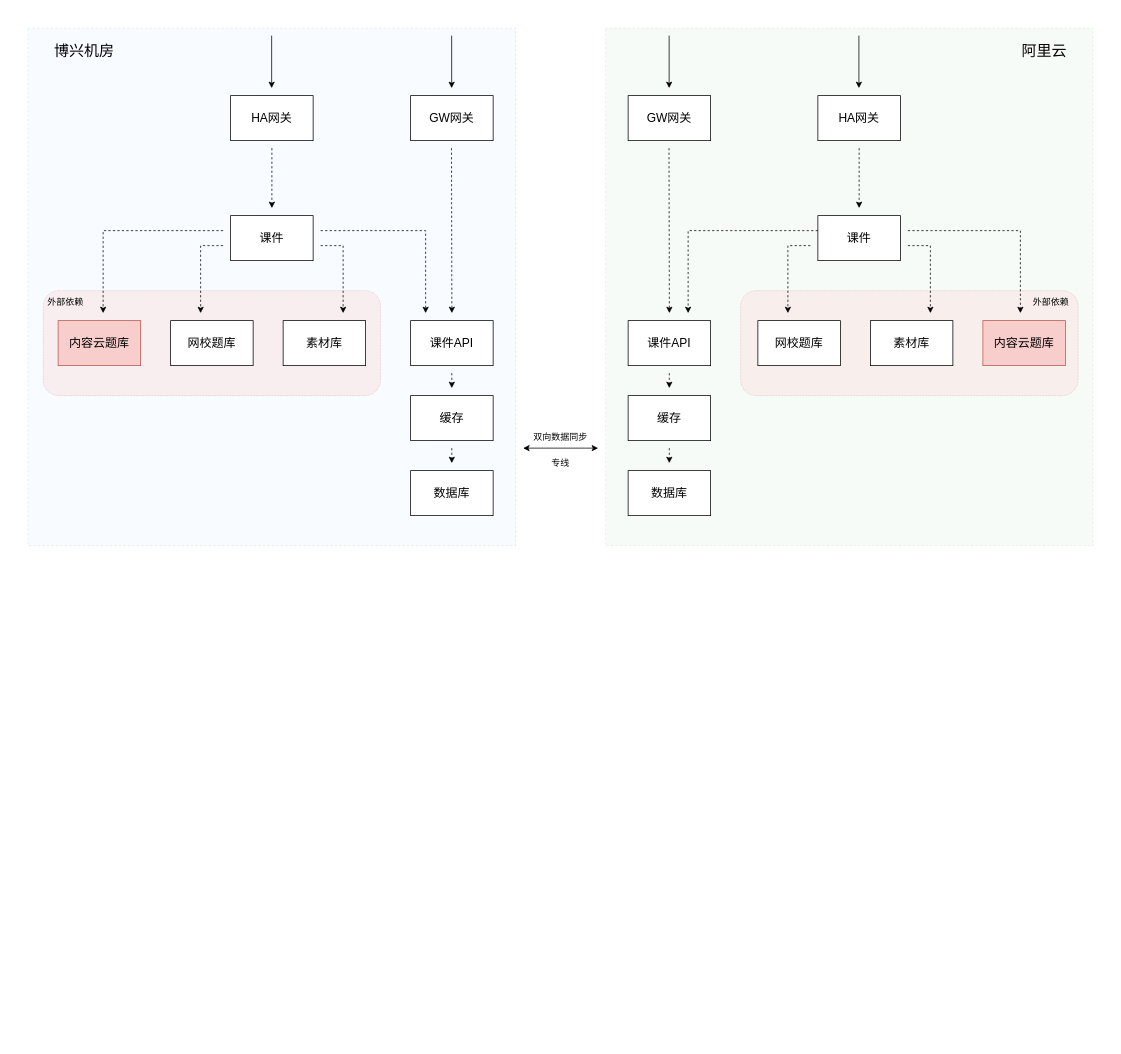
Before: doublealive.drawio in huanjiesm/courseware-draw, a draw.io diagram. Source tidied: cells renumbered, new cells numbered last; positions are measured from the earlier drawing's top-left corner, leaving out a move shared by most shapes. Both pictures are drawn from the tidied source at 75%, with x=0, y=0 at pixel (28, 28).
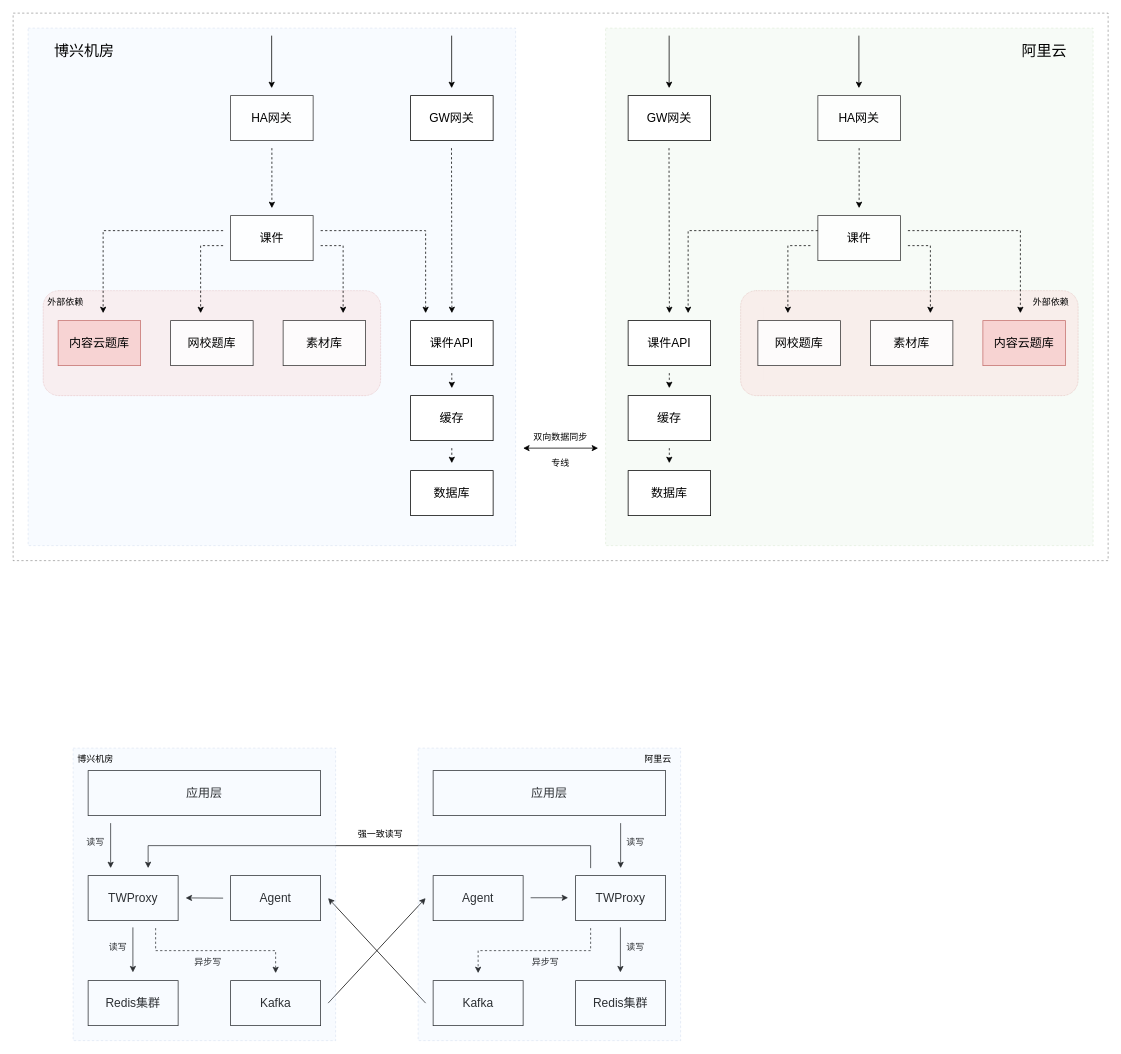
Above is the later version.

Change to the diagram source:
```diff
@@
+    <mxCell id="51" style="rounded=0;whiteSpace=wrap;html=1;textOpacity=30;opacity=40;dashed=1;" parent="1" vertex="1">
+      <mxGeometry x="-20" y="-20" width="1460" height="730" as="geometry" />
+    </mxCell>
@@
-    <mxCell id="5" value="课件" style="rounded=0;whiteSpace=wrap;html=1;fontSize=16;" parent="1" vertex="1">
+    <mxCell id="5" value="课件" style="rounded=0;whiteSpace=wrap;html=1;fontSize=16;opacity=80;" parent="1" vertex="1">
       <mxGeometry x="270" y="250" width="110" height="60" as="geometry" />
     </mxCell>
@@
-    <mxCell id="9" value="素材库" style="rounded=0;whiteSpace=wrap;html=1;fontSize=16;" parent="1" vertex="1">
+    <mxCell id="9" value="素材库" style="rounded=0;whiteSpace=wrap;html=1;fontSize=16;opacity=80;" parent="1" vertex="1">
       <mxGeometry x="340" y="390" width="110" height="60" as="geometry" />
     </mxCell>
-    <mxCell id="10" value="网校题库" style="rounded=0;whiteSpace=wrap;html=1;fontSize=16;" parent="1" vertex="1">
+    <mxCell id="10" value="网校题库" style="rounded=0;whiteSpace=wrap;html=1;fontSize=16;opacity=80;" parent="1" vertex="1">
       <mxGeometry x="190" y="390" width="110" height="60" as="geometry" />
     </mxCell>
-    <mxCell id="11" value="内容云题库" style="rounded=0;whiteSpace=wrap;html=1;fontSize=16;fillColor=#f8cecc;strokeColor=#b85450;" parent="1" vertex="1">
+    <mxCell id="11" value="内容云题库" style="rounded=0;whiteSpace=wrap;html=1;fontSize=16;fillColor=#f8cecc;strokeColor=#b85450;opacity=80;" parent="1" vertex="1">
       <mxGeometry x="40" y="390" width="110" height="60" as="geometry" />
     </mxCell>
-    <mxCell id="12" value="HA网关" style="rounded=0;whiteSpace=wrap;html=1;fontSize=16;" parent="1" vertex="1">
+    <mxCell id="12" value="HA网关" style="rounded=0;whiteSpace=wrap;html=1;fontSize=16;opacity=80;" parent="1" vertex="1">
       <mxGeometry x="270" y="90" width="110" height="60" as="geometry" />
     </mxCell>
@@
-    <mxCell id="35" value="课件" style="rounded=0;whiteSpace=wrap;html=1;fontSize=16;" parent="1" vertex="1">
+    <mxCell id="35" value="课件" style="rounded=0;whiteSpace=wrap;html=1;fontSize=16;opacity=80;" parent="1" vertex="1">
       <mxGeometry x="1053" y="250" width="110" height="60" as="geometry" />
     </mxCell>
-    <mxCell id="36" value="素材库" style="rounded=0;whiteSpace=wrap;html=1;fontSize=16;" parent="1" vertex="1">
+    <mxCell id="36" value="素材库" style="rounded=0;whiteSpace=wrap;html=1;fontSize=16;opacity=80;" parent="1" vertex="1">
       <mxGeometry x="1123" y="390" width="110" height="60" as="geometry" />
     </mxCell>
-    <mxCell id="37" value="网校题库" style="rounded=0;whiteSpace=wrap;html=1;fontSize=16;" parent="1" vertex="1">
+    <mxCell id="37" value="网校题库" style="rounded=0;whiteSpace=wrap;html=1;fontSize=16;opacity=80;" parent="1" vertex="1">
       <mxGeometry x="973" y="390" width="110" height="60" as="geometry" />
     </mxCell>
-    <mxCell id="38" value="内容云题库" style="rounded=0;whiteSpace=wrap;html=1;fontSize=16;fillColor=#f8cecc;strokeColor=#b85450;" parent="1" vertex="1">
+    <mxCell id="38" value="内容云题库" style="rounded=0;whiteSpace=wrap;html=1;fontSize=16;fillColor=#f8cecc;strokeColor=#b85450;opacity=80;" parent="1" vertex="1">
       <mxGeometry x="1273" y="390" width="110" height="60" as="geometry" />
     </mxCell>
-    <mxCell id="39" value="HA网关" style="rounded=0;whiteSpace=wrap;html=1;fontSize=16;" parent="1" vertex="1">
+    <mxCell id="39" value="HA网关" style="rounded=0;whiteSpace=wrap;html=1;fontSize=16;opacity=80;" parent="1" vertex="1">
       <mxGeometry x="1053" y="90" width="110" height="60" as="geometry" />
     </mxCell>
@@
+    <mxCell id="52" value="TWProxy" style="rounded=0;whiteSpace=wrap;html=1;fontSize=16;" parent="1" vertex="1">
+      <mxGeometry x="80" y="1130" width="120" height="60" as="geometry" />
+    </mxCell>
+    <mxCell id="53" value="Agent" style="rounded=0;whiteSpace=wrap;html=1;fontSize=16;" parent="1" vertex="1">
+      <mxGeometry x="270" y="1130" width="120" height="60" as="geometry" />
+    </mxCell>
+    <mxCell id="54" value="应用层" style="rounded=0;whiteSpace=wrap;html=1;fontSize=16;" parent="1" vertex="1">
+      <mxGeometry x="80" y="990" width="310" height="60" as="geometry" />
+    </mxCell>
+    <mxCell id="55" value="Redis集群" style="rounded=0;whiteSpace=wrap;html=1;fontSize=16;" parent="1" vertex="1">
+      <mxGeometry x="80" y="1270" width="120" height="60" as="geometry" />
+    </mxCell>
+    <mxCell id="56" value="Kafka" style="rounded=0;whiteSpace=wrap;html=1;fontSize=16;" parent="1" vertex="1">
+      <mxGeometry x="270" y="1270" width="120" height="60" as="geometry" />
+    </mxCell>
+    <mxCell id="57" style="endArrow=classic;html=1;rounded=0;fontSize=12;" parent="1" edge="1">
+      <mxGeometry relative="1" as="geometry">
+        <mxPoint x="110" y="1060" as="sourcePoint" />
+        <mxPoint x="110" y="1120" as="targetPoint" />
+      </mxGeometry>
+    </mxCell>
+    <mxCell id="58" style="endArrow=classic;html=1;rounded=0;fontSize=12;" parent="1" edge="1">
+      <mxGeometry relative="1" as="geometry">
+        <mxPoint x="139.7" y="1199" as="sourcePoint" />
+        <mxPoint x="139.7" y="1259" as="targetPoint" />
+      </mxGeometry>
+    </mxCell>
+    <mxCell id="59" style="endArrow=classic;html=1;rounded=0;dashed=1;" parent="1" edge="1">
+      <mxGeometry relative="1" as="geometry">
+        <mxPoint x="170" y="1200" as="sourcePoint" />
+        <mxPoint x="330" y="1260" as="targetPoint" />
+        <Array as="points">
+          <mxPoint x="170" y="1230" />
+          <mxPoint x="330" y="1230" />
+        </Array>
+      </mxGeometry>
+    </mxCell>
+    <mxCell id="60" value="异步写" style="text;html=1;strokeColor=none;fillColor=none;align=center;verticalAlign=middle;whiteSpace=wrap;rounded=0;" parent="1" vertex="1">
+      <mxGeometry x="210" y="1230" width="60" height="30" as="geometry" />
+    </mxCell>
+    <mxCell id="61" value="读写" style="text;html=1;strokeColor=none;fillColor=none;align=center;verticalAlign=middle;whiteSpace=wrap;rounded=0;" parent="1" vertex="1">
+      <mxGeometry x="70" y="1070" width="40" height="30" as="geometry" />
+    </mxCell>
+    <mxCell id="62" value="读写" style="text;html=1;strokeColor=none;fillColor=none;align=center;verticalAlign=middle;whiteSpace=wrap;rounded=0;" parent="1" vertex="1">
+      <mxGeometry x="100" y="1210" width="40" height="30" as="geometry" />
+    </mxCell>
+    <mxCell id="63" style="endArrow=classic;html=1;rounded=0;" parent="1" edge="1">
+      <mxGeometry relative="1" as="geometry">
+        <mxPoint x="260" y="1160" as="sourcePoint" />
+        <mxPoint x="210" y="1159.7" as="targetPoint" />
+      </mxGeometry>
+    </mxCell>
+    <mxCell id="64" value="Agent" style="rounded=0;whiteSpace=wrap;html=1;fontSize=16;" parent="1" vertex="1">
+      <mxGeometry x="540" y="1130" width="120" height="60" as="geometry" />
+    </mxCell>
+    <mxCell id="65" value="Kafka" style="rounded=0;whiteSpace=wrap;html=1;fontSize=16;" parent="1" vertex="1">
+      <mxGeometry x="540" y="1270" width="120" height="60" as="geometry" />
+    </mxCell>
+    <mxCell id="66" value="应用层" style="rounded=0;whiteSpace=wrap;html=1;fontSize=16;" parent="1" vertex="1">
+      <mxGeometry x="540" y="990" width="310" height="60" as="geometry" />
+    </mxCell>
+    <mxCell id="67" value="TWProxy" style="rounded=0;whiteSpace=wrap;html=1;fontSize=16;" parent="1" vertex="1">
+      <mxGeometry x="730" y="1130" width="120" height="60" as="geometry" />
+    </mxCell>
+    <mxCell id="68" value="Redis集群" style="rounded=0;whiteSpace=wrap;html=1;fontSize=16;" parent="1" vertex="1">
+      <mxGeometry x="730" y="1270" width="120" height="60" as="geometry" />
+    </mxCell>
+    <mxCell id="69" style="endArrow=classic;html=1;rounded=0;fontSize=12;" parent="1" edge="1">
+      <mxGeometry relative="1" as="geometry">
+        <mxPoint x="789.7" y="1199" as="sourcePoint" />
+        <mxPoint x="789.7" y="1259" as="targetPoint" />
+      </mxGeometry>
+    </mxCell>
+    <mxCell id="70" value="读写" style="text;html=1;strokeColor=none;fillColor=none;align=center;verticalAlign=middle;whiteSpace=wrap;rounded=0;" parent="1" vertex="1">
+      <mxGeometry x="790" y="1210" width="40" height="30" as="geometry" />
+    </mxCell>
+    <mxCell id="71" style="endArrow=classic;html=1;rounded=0;dashed=1;" parent="1" edge="1">
+      <mxGeometry relative="1" as="geometry">
+        <mxPoint x="750" y="1200" as="sourcePoint" />
+        <mxPoint x="600" y="1260" as="targetPoint" />
+        <Array as="points">
+          <mxPoint x="750" y="1230" />
+          <mxPoint x="600" y="1230" />
+        </Array>
+      </mxGeometry>
+    </mxCell>
+    <mxCell id="72" value="异步写" style="text;html=1;strokeColor=none;fillColor=none;align=center;verticalAlign=middle;whiteSpace=wrap;rounded=0;" parent="1" vertex="1">
+      <mxGeometry x="660" y="1230" width="60" height="30" as="geometry" />
+    </mxCell>
+    <mxCell id="73" style="endArrow=classic;html=1;rounded=0;" parent="1" edge="1">
+      <mxGeometry relative="1" as="geometry">
+        <mxPoint x="530" y="1300" as="sourcePoint" />
+        <mxPoint x="400" y="1160" as="targetPoint" />
+      </mxGeometry>
+    </mxCell>
+    <mxCell id="74" style="endArrow=classic;html=1;rounded=0;" parent="1" edge="1">
+      <mxGeometry relative="1" as="geometry">
+        <mxPoint x="400" y="1300" as="sourcePoint" />
+        <mxPoint x="530" y="1160" as="targetPoint" />
+      </mxGeometry>
+    </mxCell>
+    <mxCell id="75" style="endArrow=classic;html=1;rounded=0;fontSize=12;" parent="1" edge="1">
+      <mxGeometry relative="1" as="geometry">
+        <mxPoint x="790" y="1060" as="sourcePoint" />
+        <mxPoint x="790" y="1120" as="targetPoint" />
+      </mxGeometry>
+    </mxCell>
+    <mxCell id="76" value="读写" style="text;html=1;strokeColor=none;fillColor=none;align=center;verticalAlign=middle;whiteSpace=wrap;rounded=0;" parent="1" vertex="1">
+      <mxGeometry x="790" y="1070" width="40" height="30" as="geometry" />
+    </mxCell>
+    <mxCell id="77" style="endArrow=classic;html=1;rounded=0;" parent="1" edge="1">
+      <mxGeometry relative="1" as="geometry">
+        <mxPoint x="670" y="1159.5" as="sourcePoint" />
+        <mxPoint x="720" y="1159.5" as="targetPoint" />
+      </mxGeometry>
+    </mxCell>
+    <mxCell id="78" style="endArrow=classic;html=1;rounded=0;" parent="1" edge="1">
+      <mxGeometry relative="1" as="geometry">
+        <mxPoint x="750" y="1120" as="sourcePoint" />
+        <mxPoint x="160" y="1120" as="targetPoint" />
+        <Array as="points">
+          <mxPoint x="750" y="1090" />
+          <mxPoint x="160" y="1090" />
+        </Array>
+      </mxGeometry>
+    </mxCell>
+    <mxCell id="79" value="强一致读写" style="text;html=1;strokeColor=none;fillColor=none;align=center;verticalAlign=middle;whiteSpace=wrap;rounded=0;" parent="1" vertex="1">
+      <mxGeometry x="430" y="1060" width="80" height="30" as="geometry" />
+    </mxCell>
+    <mxCell id="80" style="rounded=0;whiteSpace=wrap;html=1;fillColor=#dae8fc;strokeColor=#6c8ebf;dashed=1;opacity=20;" parent="1" vertex="1">
+      <mxGeometry x="60" y="960" width="350" height="390" as="geometry" />
+    </mxCell>
+    <mxCell id="81" style="rounded=0;whiteSpace=wrap;html=1;fillColor=#dae8fc;strokeColor=#6c8ebf;dashed=1;opacity=20;" parent="1" vertex="1">
+      <mxGeometry x="520" y="960" width="350" height="390" as="geometry" />
+    </mxCell>
+    <mxCell id="82" value="博兴机房" style="text;html=1;strokeColor=none;fillColor=none;align=center;verticalAlign=middle;whiteSpace=wrap;rounded=0;" parent="1" vertex="1">
+      <mxGeometry x="60" y="960" width="60" height="30" as="geometry" />
+    </mxCell>
+    <mxCell id="83" value="阿里云" style="text;html=1;strokeColor=none;fillColor=none;align=center;verticalAlign=middle;whiteSpace=wrap;rounded=0;" parent="1" vertex="1">
+      <mxGeometry x="810" y="960" width="60" height="30" as="geometry" />
+    </mxCell>
```
